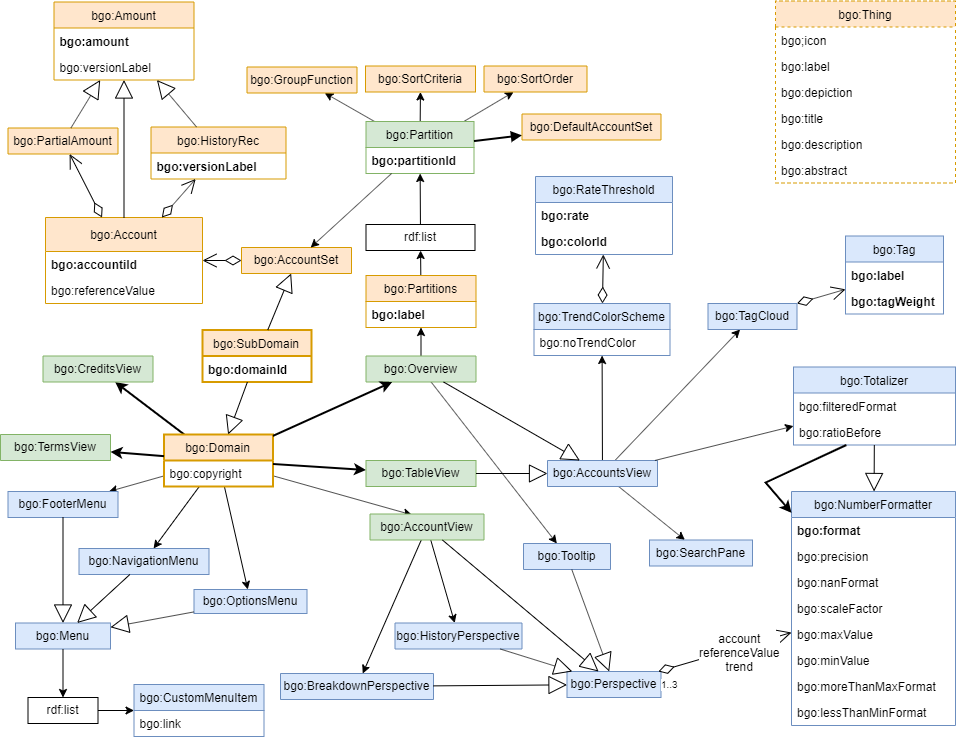
Earlier version of the draw.io export v1/bgo/doc/uml-diagram.png (linkeddatacenter/LODMAP-ontologies). Source tidied: cells renumbered, new cells last; positions are measured from the earlier drawing's top-left corner, leaving out a move shared by most shapes.
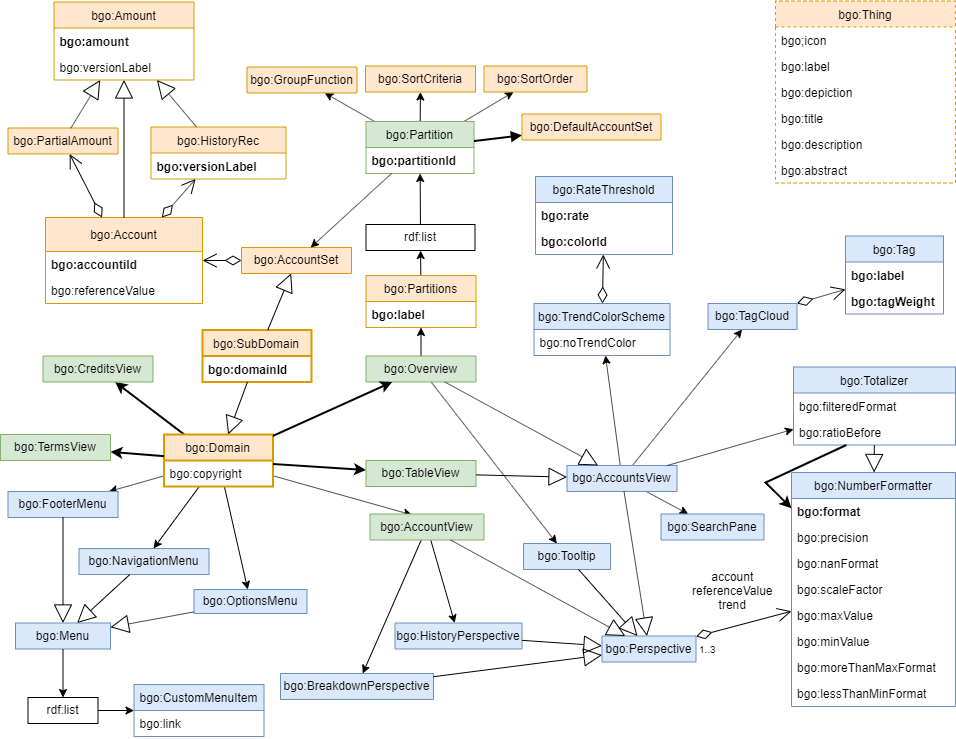
Later version of the same file.

Diff of the diagram source:
```diff
@@ -163,7 +163,7 @@
       <mxGeometry relative="1" as="geometry" />
     </mxCell>
     <mxCell id="54" value="bgo:AccountsView" style="swimlane;fontStyle=0;horizontal=1;startSize=26;fillColor=#dae8fc;swimlaneFillColor=#ffffff;strokeColor=#6c8ebf;" parent="1" vertex="1" collapsed="1">
-      <mxGeometry x="547" y="460" width="110" height="26" as="geometry" />
+      <mxGeometry x="566.5" y="465" width="110" height="26" as="geometry" />
     </mxCell>
     <mxCell id="55" value="bgo:HistoryPerspective" style="swimlane;fontStyle=0;horizontal=1;startSize=26;fillColor=#dae8fc;swimlaneFillColor=#ffffff;strokeColor=#6c8ebf;" parent="1" vertex="1" collapsed="1">
       <mxGeometry x="394.5" y="622.5" width="127" height="26" as="geometry" />
@@ -217,7 +217,7 @@
       <mxGeometry y="26" width="130" height="26" as="geometry" />
     </mxCell>
     <mxCell id="72" value="bgo:SearchPane" style="swimlane;fontStyle=0;horizontal=1;startSize=26;fillColor=#dae8fc;swimlaneFillColor=#ffffff;strokeColor=#6c8ebf;" parent="1" vertex="1" collapsed="1">
-      <mxGeometry x="649" y="539.5" width="103" height="26" as="geometry" />
+      <mxGeometry x="660.5" y="513.5" width="103" height="26" as="geometry" />
     </mxCell>
     <mxCell id="73" value="bgo:TagCloud" style="swimlane;fontStyle=0;horizontal=1;startSize=26;fillColor=#dae8fc;swimlaneFillColor=#ffffff;strokeColor=#6c8ebf;" parent="1" vertex="1" collapsed="1">
       <mxGeometry x="707.5" y="303" width="89" height="26" as="geometry" />
@@ -328,7 +328,7 @@
       <mxGeometry relative="1" as="geometry" />
     </mxCell>
     <mxCell id="107" value="bgo:NumberFormatter" style="swimlane;fontStyle=0;horizontal=1;startSize=26;fillColor=#dae8fc;swimlaneFillColor=#ffffff;strokeColor=#6c8ebf;" parent="1" vertex="1">
-      <mxGeometry x="791" y="491" width="164" height="234" as="geometry" />
+      <mxGeometry x="791" y="472" width="164" height="234" as="geometry" />
     </mxCell>
     <mxCell id="108" value="bgo:format" style="text;strokeColor=none;fillColor=none;align=left;verticalAlign=top;spacingLeft=4;spacingRight=4;overflow=hidden;fontStyle=1;" parent="107" vertex="1">
       <mxGeometry y="26" width="164" height="26" as="geometry" />
@@ -370,7 +370,7 @@
       <mxGeometry relative="1" as="geometry" />
     </mxCell>
     <mxCell id="121" value="bgo:Perspective" style="swimlane;fontStyle=0;horizontal=1;startSize=34;fillColor=#dae8fc;swimlaneFillColor=#ffffff;strokeColor=#6c8ebf;" parent="1" vertex="1" collapsed="1">
-      <mxGeometry x="566.5" y="671" width="94" height="26" as="geometry" />
+      <mxGeometry x="601.5" y="635.5" width="94" height="26" as="geometry" />
     </mxCell>
     <mxCell id="122" style="endArrow=block;endSize=16;endFill=0;html=1;" parent="1" edge="1" source="103" target="121">
       <mxGeometry relative="1" as="geometry" />
@@ -394,7 +394,9 @@
       <mxGeometry x="1" relative="1" as="geometry" />
     </mxCell>
     <mxCell id="129" value="account&lt;br&gt;referenceValue&lt;br&gt;trend" style="text;html=1;align=center;verticalAlign=middle;labelBackgroundColor=#ffffff;" parent="126" vertex="1">
-      <mxGeometry x="0.2" y="-4" relative="1" as="geometry" />
+      <mxGeometry x="0.2" y="-4" relative="1" as="geometry">
+        <mxPoint x="-21.5" y="-35" as="offset" />
+      </mxGeometry>
     </mxCell>
     <mxCell id="130" style="edgeStyle=none;rounded=0;orthogonalLoop=1;jettySize=auto;html=1;exitX=0.5;exitY=0;exitDx=0;exitDy=0;strokeWidth=2;" parent="1" edge="1" source="107" target="107">
       <mxGeometry relative="1" as="geometry" />
@@ -418,5 +420,8 @@
     <mxCell id="135" style="endArrow=block;endSize=16;endFill=0;html=1;" parent="1" edge="1" source="132" target="34">
       <mxGeometry relative="1" as="geometry" />
     </mxCell>
+    <mxCell id="136" style="endArrow=block;endSize=16;endFill=0;html=1;" parent="1" edge="1" source="54" target="121">
+      <mxGeometry relative="1" as="geometry" />
+    </mxCell>
   </root>
 </mxGraphModel>
```
